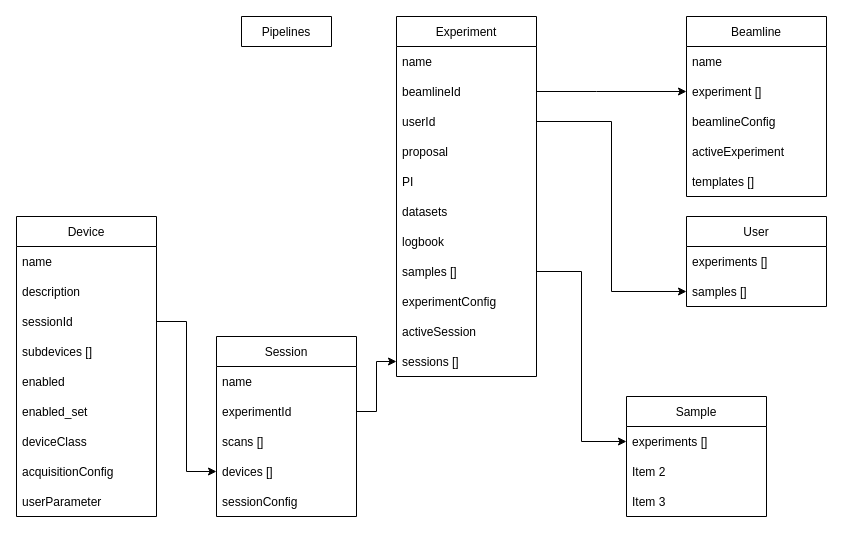
ivan-usov-org/bec keeps this draw.io diagram as page "envisioned" (2 of 2) of docs/architecture/BEC_config_db.drawio. Above is the earlier version. Source tidied: cells renumbered, new cells numbered last; positions are measured from the earlier drawing's top-left corner, leaving out a move shared by most shapes. Both pictures are drawn from the tidied source at 100%, with x=0, y=0 at pixel (16, 16).
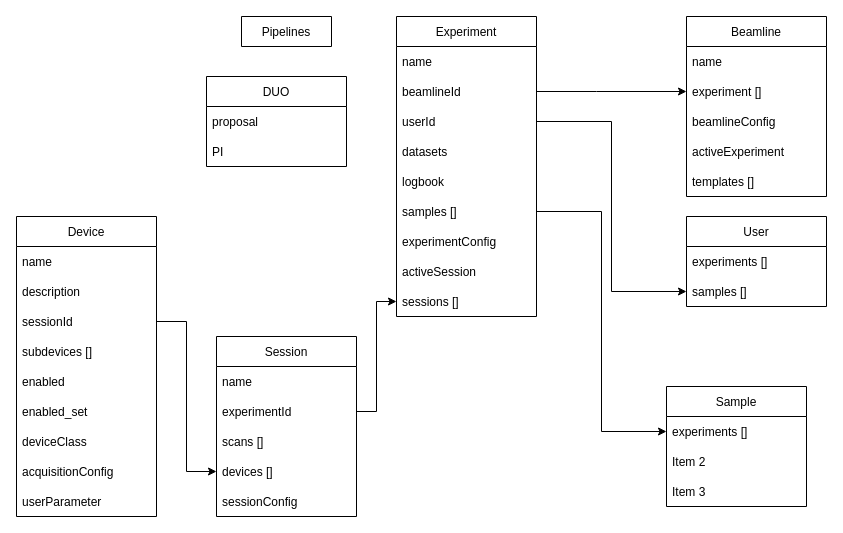
After the change.

Diff of the diagram source:
```diff
@@
     <mxCell id="15" value="Experiment" style="swimlane;fontStyle=0;horizontal=1;startSize=30;" parent="1" vertex="1">
-      <mxGeometry x="380" width="140" height="360" as="geometry" />
+      <mxGeometry x="380" width="140" height="300" as="geometry" />
     </mxCell>
@@
-    <mxCell id="19" value="proposal" style="text;strokeColor=none;fillColor=none;align=left;verticalAlign=middle;spacingLeft=4;spacingRight=4;overflow=hidden;" parent="15" vertex="1">
-      <mxGeometry y="120" width="140" height="30" as="geometry" />
-    </mxCell>
-    <mxCell id="20" value="PI" style="text;strokeColor=none;fillColor=none;align=left;verticalAlign=middle;spacingLeft=4;spacingRight=4;overflow=hidden;" parent="15" vertex="1">
-      <mxGeometry y="150" width="140" height="30" as="geometry" />
-    </mxCell>
     <mxCell id="21" value="datasets" style="text;strokeColor=none;fillColor=none;align=left;verticalAlign=middle;spacingLeft=4;spacingRight=4;overflow=hidden;" parent="15" vertex="1">
-      <mxGeometry y="180" width="140" height="30" as="geometry" />
+      <mxGeometry y="120" width="140" height="30" as="geometry" />
     </mxCell>
     <mxCell id="22" value="logbook" style="text;strokeColor=none;fillColor=none;align=left;verticalAlign=middle;spacingLeft=4;spacingRight=4;overflow=hidden;" parent="15" vertex="1">
-      <mxGeometry y="210" width="140" height="30" as="geometry" />
+      <mxGeometry y="150" width="140" height="30" as="geometry" />
     </mxCell>
     <mxCell id="23" value="samples []" style="text;strokeColor=none;fillColor=none;align=left;verticalAlign=middle;spacingLeft=4;spacingRight=4;overflow=hidden;points=[[0,0.5],[1,0.5]];portConstraint=eastwest;" parent="15" vertex="1">
-      <mxGeometry y="240" width="140" height="30" as="geometry" />
+      <mxGeometry y="180" width="140" height="30" as="geometry" />
     </mxCell>
     <mxCell id="24" value="experimentConfig" style="text;strokeColor=none;fillColor=none;align=left;verticalAlign=middle;spacingLeft=4;spacingRight=4;overflow=hidden;" parent="15" vertex="1">
-      <mxGeometry y="270" width="140" height="30" as="geometry" />
+      <mxGeometry y="210" width="140" height="30" as="geometry" />
     </mxCell>
     <mxCell id="25" value="activeSession" style="text;strokeColor=none;fillColor=none;align=left;verticalAlign=middle;spacingLeft=4;spacingRight=4;overflow=hidden;" parent="15" vertex="1">
-      <mxGeometry y="300" width="140" height="30" as="geometry" />
+      <mxGeometry y="240" width="140" height="30" as="geometry" />
     </mxCell>
     <mxCell id="26" value="sessions []" style="text;strokeColor=none;fillColor=none;align=left;verticalAlign=middle;spacingLeft=4;spacingRight=4;overflow=hidden;points=[[0,0.5],[1,0.5]];portConstraint=eastwest;" parent="15" vertex="1">
-      <mxGeometry y="330" width="140" height="30" as="geometry" />
+      <mxGeometry y="270" width="140" height="30" as="geometry" />
     </mxCell>
@@
     <mxCell id="39" value="Sample" style="swimlane;fontStyle=0;horizontal=1;startSize=30;" parent="1" vertex="1">
-      <mxGeometry x="610" y="380" width="140" height="120" as="geometry" />
+      <mxGeometry x="650" y="370" width="140" height="120" as="geometry" />
     </mxCell>
@@
+    <mxCell id="49" value="DUO" style="swimlane;fontStyle=0;horizontal=1;startSize=30;" parent="1" vertex="1">
+      <mxGeometry x="190" y="60" width="140" height="90" as="geometry" />
+    </mxCell>
+    <mxCell id="19" value="proposal" style="text;strokeColor=none;fillColor=none;align=left;verticalAlign=middle;spacingLeft=4;spacingRight=4;overflow=hidden;" parent="49" vertex="1">
+      <mxGeometry y="30" width="140" height="30" as="geometry" />
+    </mxCell>
+    <mxCell id="20" value="PI" style="text;strokeColor=none;fillColor=none;align=left;verticalAlign=middle;spacingLeft=4;spacingRight=4;overflow=hidden;" parent="49" vertex="1">
+      <mxGeometry y="60" width="140" height="30" as="geometry" />
+    </mxCell>
```
